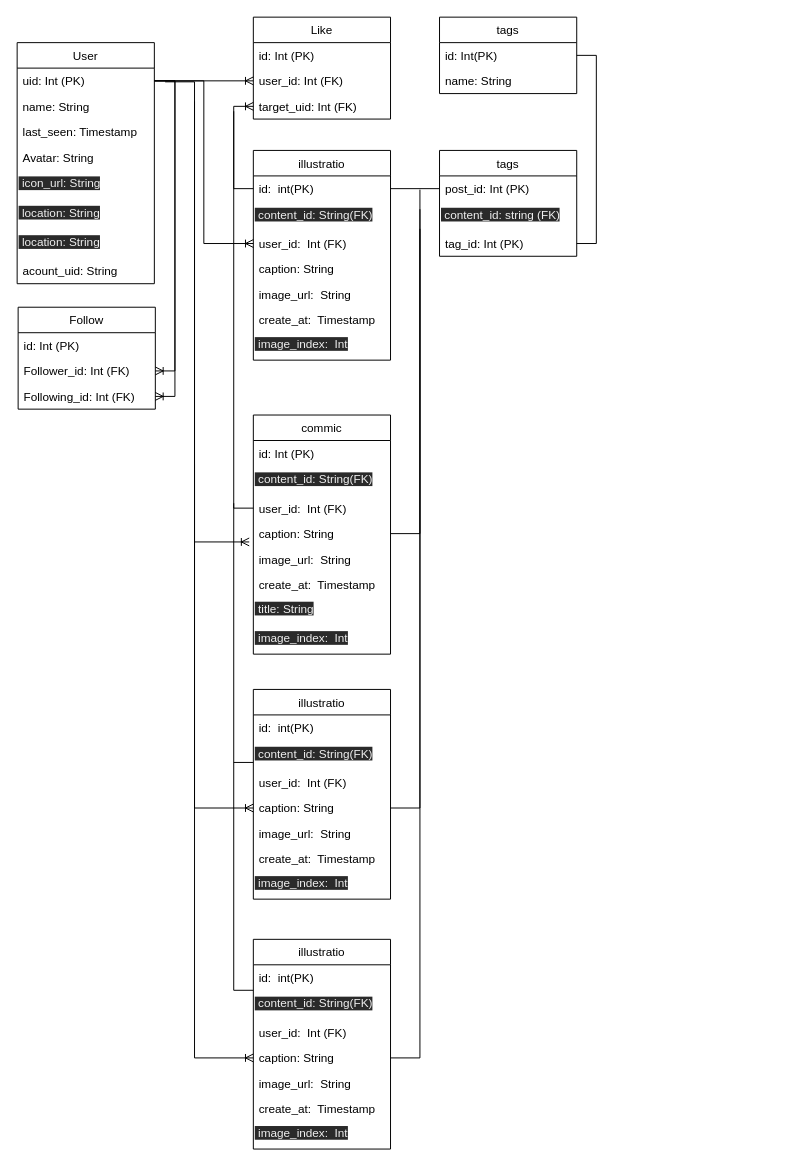
Before: er.drawio in uechan9220/Shalust, a draw.io diagram. Source tidied: cells renumbered, new cells numbered last; positions are measured from the earlier drawing's top-left corner, leaving out a move shared by most shapes. Both pictures are drawn from the tidied source at 98%, with x=0, y=0 at pixel (17, 17).
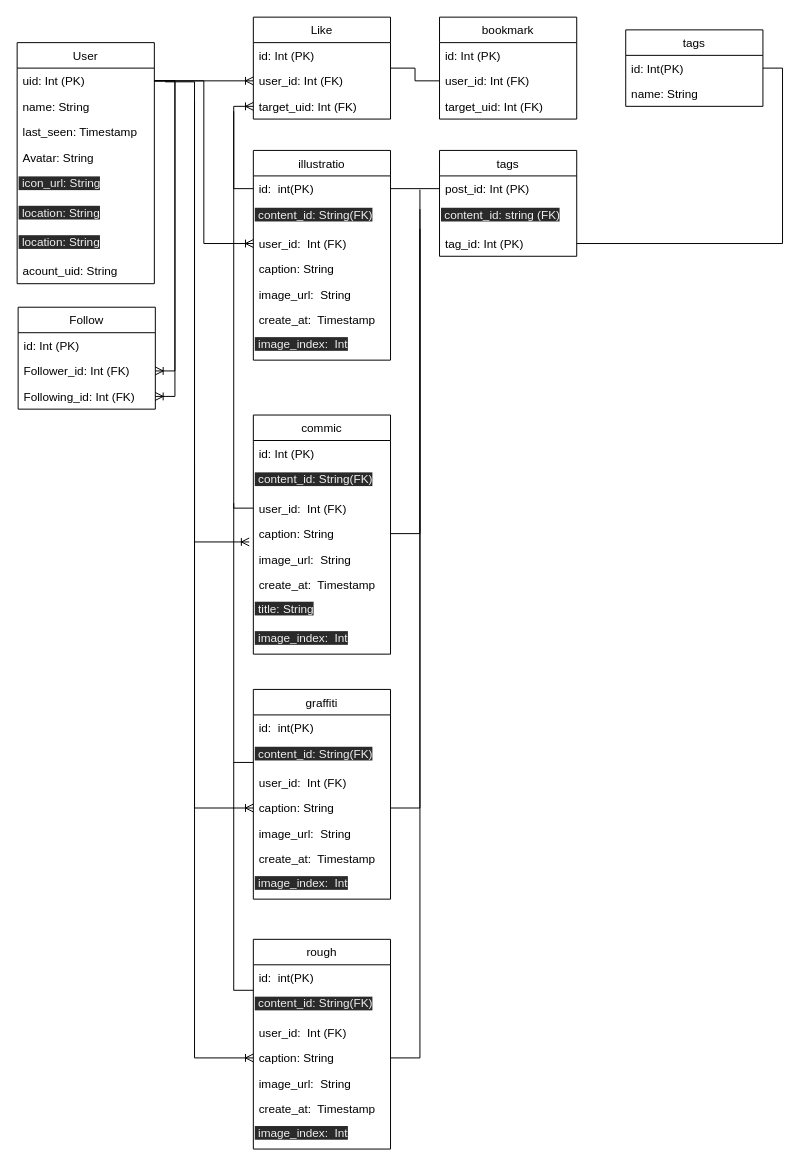
After the change.

Unchanged cells that the change refers to:
```xml
<mxCell id="6" value="Like" style="swimlane;fontStyle=0;horizontal=1;startSize=26;fillColor=none;" parent="1" vertex="1">
  <mxGeometry x="241" width="140" height="104" as="geometry" />
</mxCell>
```

The edit, as a diff of the source:
```diff
@@
+    <mxCell id="75" style="edgeStyle=orthogonalEdgeStyle;rounded=0;jettySize=auto;html=1;endArrow=none;endFill=0;" parent="1" edge="1" source="6" target="78">
+      <mxGeometry relative="1" as="geometry" />
+    </mxCell>
@@
     <mxCell id="45" value="tags" style="swimlane;fontStyle=0;horizontal=1;startSize=26;fillColor=none;" parent="1" vertex="1">
-      <mxGeometry x="431" width="140" height="78" as="geometry" />
+      <mxGeometry x="621" y="13" width="140" height="78" as="geometry" />
     </mxCell>
@@
+    <mxCell id="76" value="bookmark" style="swimlane;fontStyle=0;horizontal=1;startSize=26;fillColor=none;" parent="1" vertex="1">
+      <mxGeometry x="431" width="140" height="104" as="geometry" />
+    </mxCell>
+    <mxCell id="77" value="id: Int (PK)" style="text;strokeColor=none;fillColor=none;align=left;verticalAlign=top;spacingLeft=4;spacingRight=4;overflow=hidden;" parent="76" vertex="1">
+      <mxGeometry y="26" width="140" height="26" as="geometry" />
+    </mxCell>
+    <mxCell id="78" value="user_id: Int (FK)" style="text;strokeColor=none;fillColor=none;align=left;verticalAlign=top;spacingLeft=4;spacingRight=4;overflow=hidden;points=[[0,0.5],[1,0.5]];portConstraint=eastwest;" parent="76" vertex="1">
+      <mxGeometry y="52" width="140" height="26" as="geometry" />
+    </mxCell>
+    <mxCell id="79" value="target_uid: Int (FK)" style="text;strokeColor=none;fillColor=none;align=left;verticalAlign=top;spacingLeft=4;spacingRight=4;overflow=hidden;" parent="76" vertex="1">
+      <mxGeometry y="78" width="140" height="26" as="geometry" />
+    </mxCell>
-    <mxCell id="48" value="illustratio" style="swimlane;fontStyle=0;horizontal=1;startSize=26;fillColor=none;" parent="1" vertex="1">
+    <mxCell id="48" value="graffiti" style="swimlane;fontStyle=0;horizontal=1;startSize=26;fillColor=none;" parent="1" vertex="1">
       <mxGeometry x="241" y="686" width="140" height="214" as="geometry" />
     </mxCell>
@@
-    <mxCell id="60" value="illustratio" style="swimlane;fontStyle=0;horizontal=1;startSize=26;fillColor=none;" parent="1" vertex="1">
+    <mxCell id="60" value="rough" style="swimlane;fontStyle=0;horizontal=1;startSize=26;fillColor=none;" parent="1" vertex="1">
       <mxGeometry x="241" y="941" width="140" height="214" as="geometry" />
     </mxCell>
```
